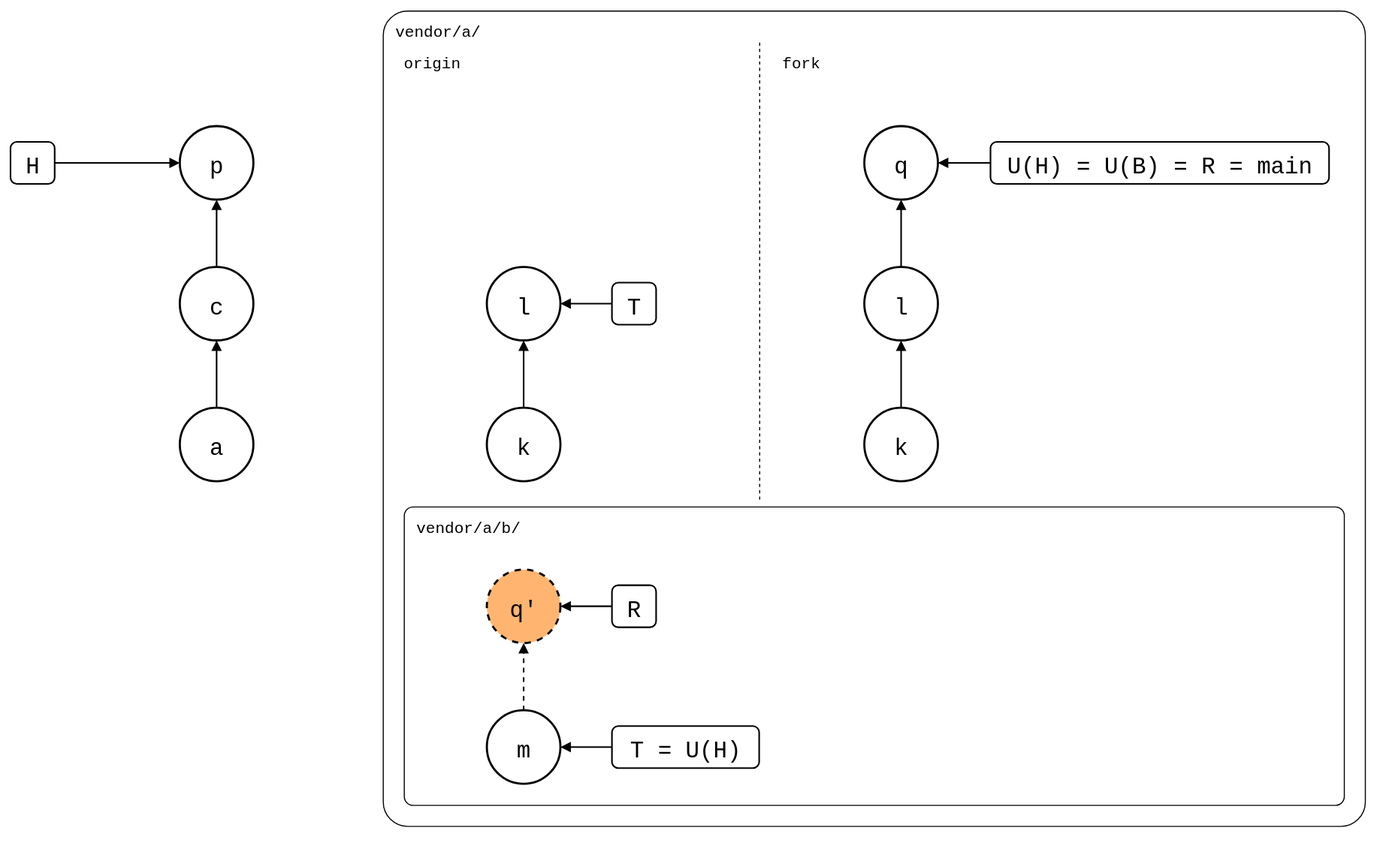
This is test/scenarios/05-nested-splices/01-nested-splices/01-outer-fork/outer-fork.drawio.svg from roschaefer/git-splice, a draw.io export, as it was before one commit. Source tidied: cells renumbered, new cells last; positions are measured from the earlier drawing's top-left corner, leaving out a move shared by most shapes.
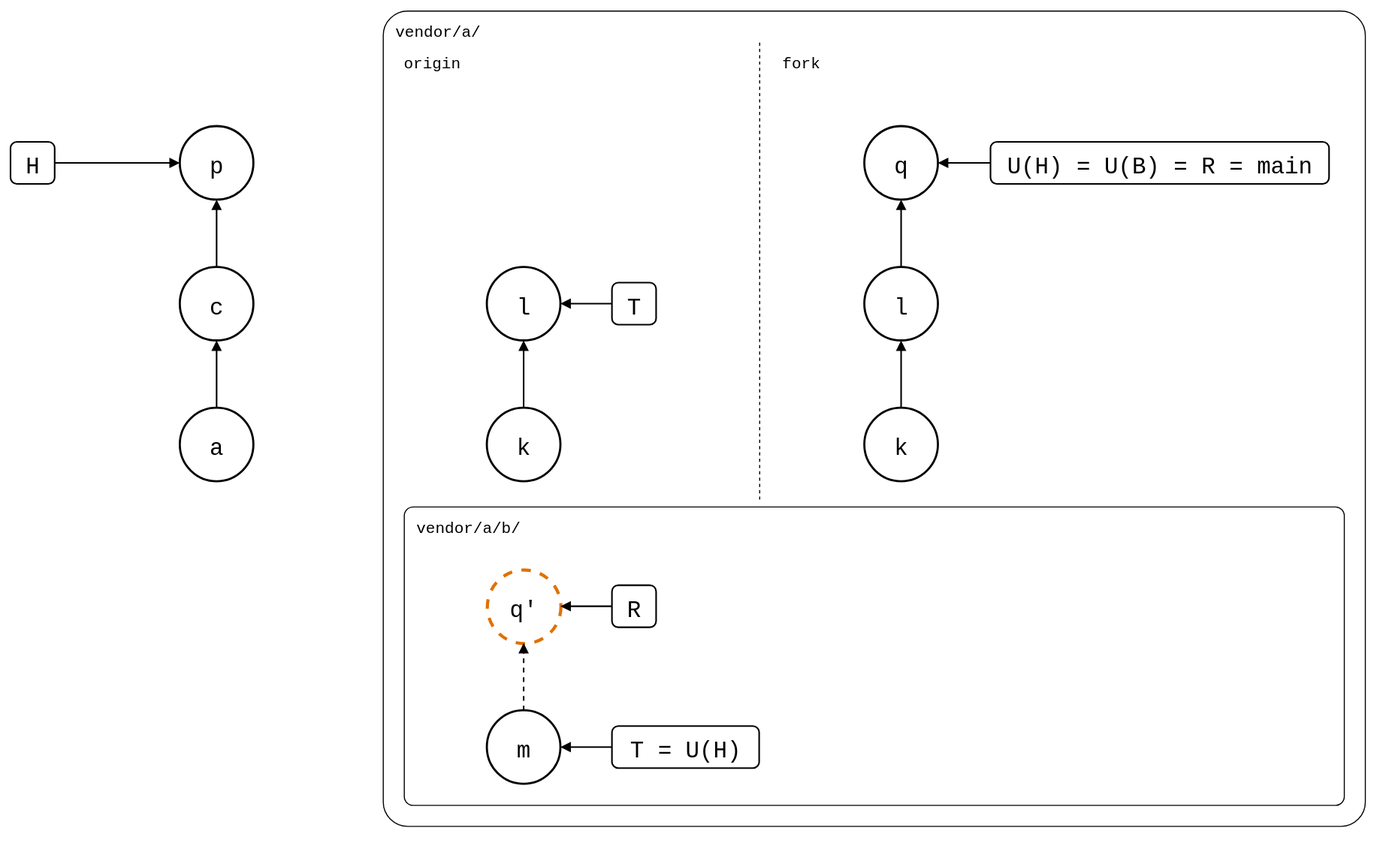
After the change.

What changed in the source:
```diff
@@ -41,7 +41,7 @@
     <mxCell id="14" value="k" style="ellipse;strokeWidth=2;fontSize=22;fontFamily=Roboto Mono,monospace;" parent="1" vertex="1">
       <mxGeometry x="812" y="378" width="70" height="70" as="geometry" />
     </mxCell>
-    <mxCell id="15" value="q'" style="ellipse;strokeWidth=2;fontSize=22;fontFamily=Roboto Mono,monospace;dashed=1;fillColor=#FFB570;" parent="1" vertex="1">
+    <mxCell id="15" value="q'" style="ellipse;fontSize=22;fontFamily=Roboto Mono,monospace;dashed=1;strokeColor=#E07000;strokeWidth=3;" parent="1" vertex="1">
       <mxGeometry x="453" y="532" width="70" height="70" as="geometry" />
     </mxCell>
     <mxCell id="16" value="m" style="ellipse;strokeWidth=2;fontSize=22;fontFamily=Roboto Mono,monospace;" parent="1" vertex="1">
```
